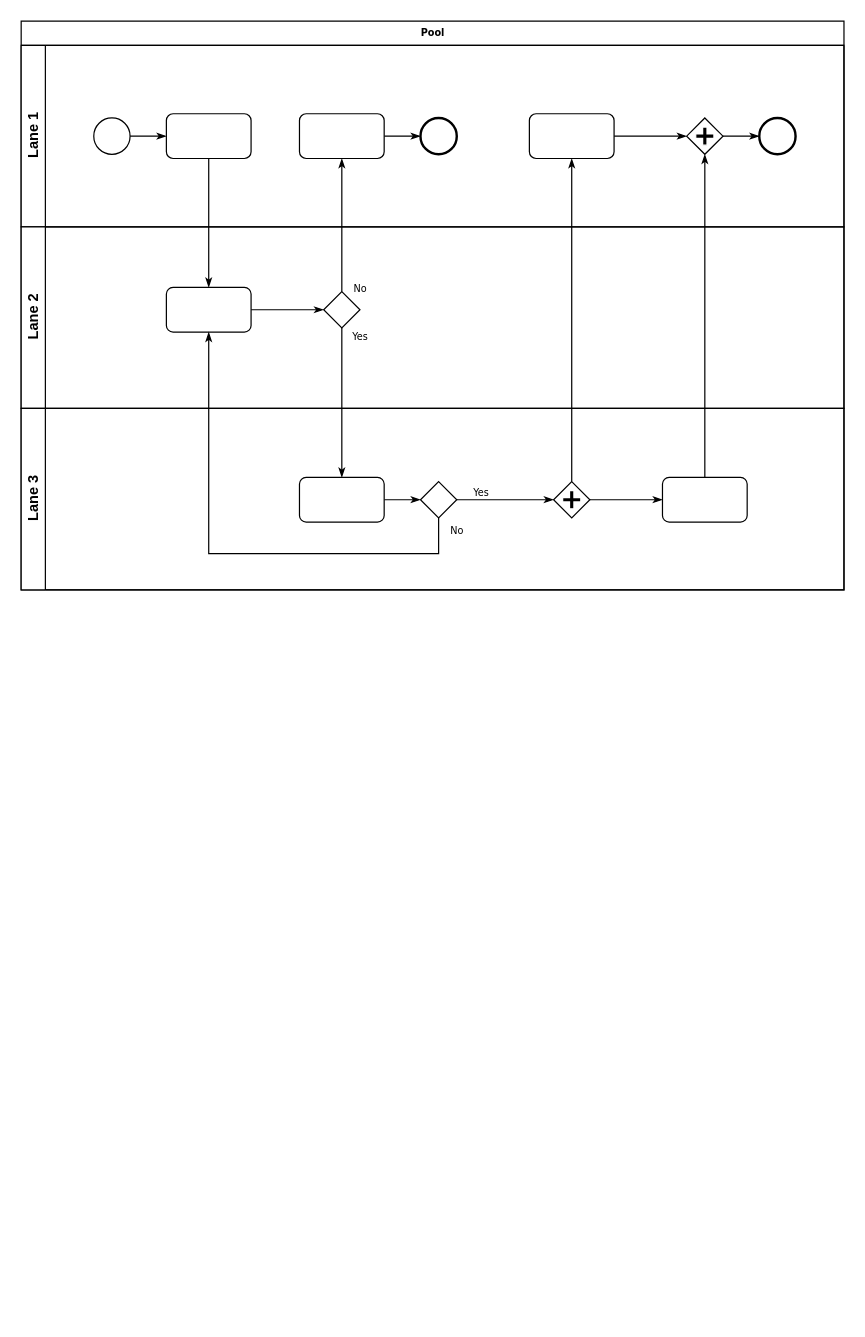
This is Greenary.drawio from MarsX-2002/bpmn, a draw.io file, before an edit. Source tidied: cells renumbered, new cells numbered last; positions are measured from the earlier drawing's top-left corner, leaving out a move shared by most shapes. Both pictures are drawn from the tidied source at 121%, with x=0, y=0 at pixel (21, 21).
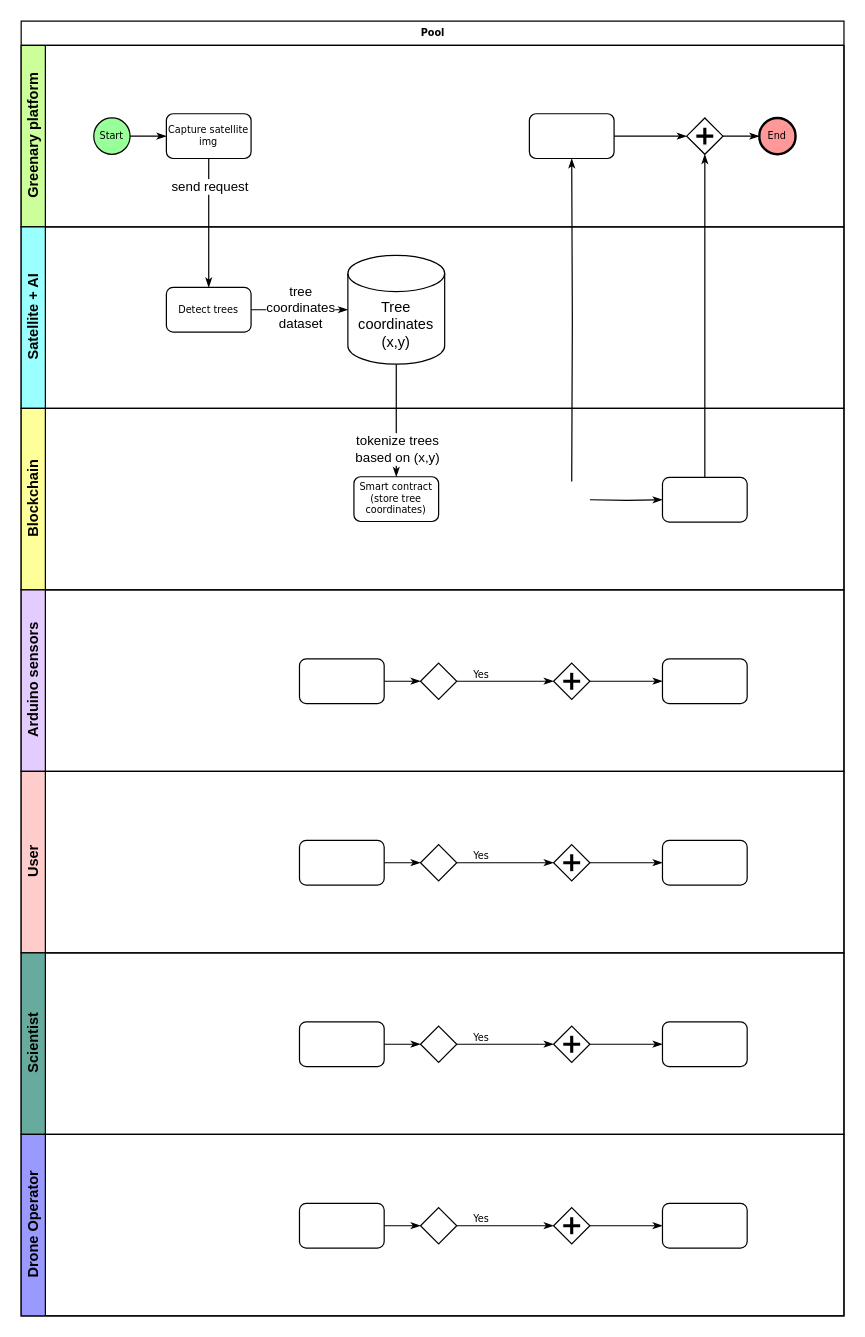
Above is the later version.

Unchanged cells that the change refers to:
```xml
<mxCell id="11" style="rounded=1;whiteSpace=wrap;html=1;shadow=0;labelBackgroundColor=none;strokeWidth=1;fontFamily=Verdana;fontSize=8;align=center;" parent="3" vertex="1">
  <mxGeometry x="420" y="56.5" width="70" height="37" as="geometry" />
</mxCell>
<mxCell id="26" style="rounded=1;whiteSpace=wrap;html=1;shadow=0;labelBackgroundColor=none;strokeWidth=1;fontFamily=Verdana;fontSize=8;align=center;" parent="19" vertex="1">
  <mxGeometry x="530" y="57" width="70" height="37" as="geometry" />
</mxCell>
<mxCell id="27" style="edgeStyle=orthogonalEdgeStyle;rounded=0;html=1;labelBackgroundColor=none;startArrow=none;startFill=0;startSize=5;endArrow=classicThin;endFill=1;endSize=5;jettySize=auto;strokeWidth=1;fontFamily=Verdana;fontSize=8;" parent="2" edge="1" source="6" target="17">
  <mxGeometry relative="1" as="geometry" />
</mxCell>
```

What changed in the source:
```diff
@@
     <mxCell id="2" value="Pool" style="swimlane;html=1;horizontal=1;startSize=20;rounded=0;shadow=0;labelBackgroundColor=none;strokeWidth=1;fontFamily=Verdana;fontSize=8;align=center;" parent="1" vertex="1">
-      <mxGeometry width="680" height="470" as="geometry" />
+      <mxGeometry width="680" height="1070" as="geometry" />
     </mxCell>
-    <mxCell id="3" value="Lane 1" style="swimlane;html=1;startSize=20;horizontal=0;" parent="2" vertex="1">
+    <mxCell id="3" value="Greenary platform" style="swimlane;html=1;startSize=20;horizontal=0;fillColor=#CCFF99;" parent="2" vertex="1">
       <mxGeometry y="20" width="680" height="150" as="geometry" />
     </mxCell>
@@
-    <mxCell id="5" style="ellipse;whiteSpace=wrap;html=1;rounded=0;shadow=0;labelBackgroundColor=none;strokeWidth=1;fontFamily=Verdana;fontSize=8;align=center;" parent="3" vertex="1">
+    <mxCell id="5" value="Start" style="ellipse;whiteSpace=wrap;html=1;rounded=0;shadow=0;labelBackgroundColor=none;strokeWidth=1;fontFamily=Verdana;fontSize=8;align=center;fillColor=#99FF99;" parent="3" vertex="1">
       <mxGeometry x="60" y="60" width="30" height="30" as="geometry" />
     </mxCell>
-    <mxCell id="6" style="rounded=1;whiteSpace=wrap;html=1;shadow=0;labelBackgroundColor=none;strokeWidth=1;fontFamily=Verdana;fontSize=8;align=center;" parent="3" vertex="1">
+    <mxCell id="6" value="Capture satellite img" style="rounded=1;whiteSpace=wrap;html=1;shadow=0;labelBackgroundColor=none;strokeWidth=1;fontFamily=Verdana;fontSize=8;align=center;" parent="3" vertex="1">
       <mxGeometry x="120" y="56.5" width="70" height="37" as="geometry" />
     </mxCell>
-    <mxCell id="7" style="edgeStyle=orthogonalEdgeStyle;rounded=0;html=1;labelBackgroundColor=none;startArrow=none;startFill=0;startSize=5;endArrow=classicThin;endFill=1;endSize=5;jettySize=auto;strokeWidth=1;fontFamily=Verdana;fontSize=8;" parent="3" edge="1" source="8" target="9">
-      <mxGeometry relative="1" as="geometry" />
-    </mxCell>
-    <mxCell id="8" style="rounded=1;whiteSpace=wrap;html=1;shadow=0;labelBackgroundColor=none;strokeWidth=1;fontFamily=Verdana;fontSize=8;align=center;" parent="3" vertex="1">
-      <mxGeometry x="230" y="56.5" width="70" height="37" as="geometry" />
-    </mxCell>
-    <mxCell id="9" style="ellipse;whiteSpace=wrap;html=1;rounded=0;shadow=0;labelBackgroundColor=none;strokeWidth=2;fontFamily=Verdana;fontSize=8;align=center;" parent="3" vertex="1">
-      <mxGeometry x="330" y="60" width="30" height="30" as="geometry" />
-    </mxCell>
@@
-    <mxCell id="14" style="ellipse;whiteSpace=wrap;html=1;rounded=0;shadow=0;labelBackgroundColor=none;strokeWidth=2;fontFamily=Verdana;fontSize=8;align=center;" parent="3" vertex="1">
+    <mxCell id="14" value="End" style="ellipse;whiteSpace=wrap;html=1;rounded=0;shadow=0;labelBackgroundColor=none;strokeWidth=2;fontFamily=Verdana;fontSize=8;align=center;fillColor=#FF9999;" parent="3" vertex="1">
       <mxGeometry x="610" y="60" width="30" height="30" as="geometry" />
     </mxCell>
-    <mxCell id="15" value="Lane 2" style="swimlane;html=1;startSize=20;horizontal=0;" parent="2" vertex="1">
+    <mxCell id="15" value="Satellite + AI" style="swimlane;html=1;startSize=20;horizontal=0;fillColor=#99FFFF;" parent="2" vertex="1">
       <mxGeometry y="170" width="680" height="150" as="geometry" />
     </mxCell>
-    <mxCell id="16" style="edgeStyle=orthogonalEdgeStyle;rounded=0;html=1;labelBackgroundColor=none;startArrow=none;startFill=0;startSize=5;endArrow=classicThin;endFill=1;endSize=5;jettySize=auto;strokeWidth=1;fontFamily=Verdana;fontSize=8;" parent="15" edge="1" source="17" target="18">
+    <mxCell id="16" style="edgeStyle=orthogonalEdgeStyle;rounded=0;html=1;labelBackgroundColor=none;startArrow=none;startFill=0;startSize=5;endArrow=classicThin;endFill=1;endSize=5;jettySize=auto;strokeWidth=1;fontFamily=Verdana;fontSize=8;entryX=0;entryY=0.5;entryDx=0;entryDy=0;entryPerimeter=0;" parent="15" edge="1" source="17" target="34">
       <mxGeometry relative="1" as="geometry" />
     </mxCell>
+    <mxCell id="33" value="tree&lt;div&gt;coordinates&lt;/div&gt;&lt;div&gt;dataset&lt;/div&gt;" style="edgeLabel;html=1;align=center;verticalAlign=middle;" parent="16" vertex="1">
+      <mxGeometry x="-0.01" y="2" relative="1" as="geometry" />
+    </mxCell>
-    <mxCell id="17" style="rounded=1;whiteSpace=wrap;html=1;shadow=0;labelBackgroundColor=none;strokeWidth=1;fontFamily=Verdana;fontSize=8;align=center;" parent="15" vertex="1">
+    <mxCell id="17" value="Detect trees" style="rounded=1;whiteSpace=wrap;html=1;shadow=0;labelBackgroundColor=none;strokeWidth=1;fontFamily=Verdana;fontSize=8;align=center;" parent="15" vertex="1">
       <mxGeometry x="120" y="50" width="70" height="37" as="geometry" />
     </mxCell>
-    <mxCell id="18" style="strokeWidth=1;html=1;shape=mxgraph.flowchart.decision;whiteSpace=wrap;rounded=1;shadow=0;labelBackgroundColor=none;fontFamily=Verdana;fontSize=8;align=center;" parent="15" vertex="1">
-      <mxGeometry x="250" y="53.5" width="30" height="30" as="geometry" />
-    </mxCell>
+    <mxCell id="34" value="Tree&lt;div&gt;coordinates&lt;div&gt;(x,y)&lt;/div&gt;&lt;/div&gt;" style="shape=cylinder3;whiteSpace=wrap;html=1;boundedLbl=1;backgroundOutline=1;size=15;" parent="15" vertex="1">
+      <mxGeometry x="270" y="23.5" width="80" height="90" as="geometry" />
+    </mxCell>
-    <mxCell id="19" value="Lane 3" style="swimlane;html=1;startSize=20;horizontal=0;" parent="2" vertex="1">
+    <mxCell id="19" value="Blockchain" style="swimlane;html=1;startSize=20;horizontal=0;fillColor=#FFFF99;" parent="2" vertex="1">
       <mxGeometry y="320" width="680" height="150" as="geometry" />
     </mxCell>
-    <mxCell id="20" style="edgeStyle=orthogonalEdgeStyle;rounded=0;html=1;labelBackgroundColor=none;startArrow=none;startFill=0;startSize=5;endArrow=classicThin;endFill=1;endSize=5;jettySize=auto;strokeWidth=1;fontFamily=Verdana;fontSize=8;" parent="19" edge="1" source="21" target="23">
-      <mxGeometry relative="1" as="geometry" />
-    </mxCell>
-    <mxCell id="21" style="rounded=1;whiteSpace=wrap;html=1;shadow=0;labelBackgroundColor=none;strokeWidth=1;fontFamily=Verdana;fontSize=8;align=center;" parent="19" vertex="1">
-      <mxGeometry x="230" y="57" width="70" height="37" as="geometry" />
+    <mxCell id="21" value="Smart contract&lt;div&gt;(store tree coordinates)&lt;/div&gt;" style="rounded=1;whiteSpace=wrap;html=1;shadow=0;labelBackgroundColor=none;strokeWidth=1;fontFamily=Verdana;fontSize=8;align=center;" parent="19" vertex="1">
+      <mxGeometry x="275" y="56.5" width="70" height="37" as="geometry" />
     </mxCell>
-    <mxCell id="22" value="Yes" style="edgeStyle=orthogonalEdgeStyle;rounded=0;html=1;entryX=0;entryY=0.5;labelBackgroundColor=none;startArrow=none;startFill=0;startSize=5;endArrow=classicThin;endFill=1;endSize=5;jettySize=auto;strokeWidth=1;fontFamily=Verdana;fontSize=8;" parent="19" edge="1" source="23" target="25">
-      <mxGeometry x="-0.5" y="6" relative="1" as="geometry" />
-    </mxCell>
-    <mxCell id="23" style="strokeWidth=1;html=1;shape=mxgraph.flowchart.decision;whiteSpace=wrap;rounded=1;shadow=0;labelBackgroundColor=none;fontFamily=Verdana;fontSize=8;align=center;" parent="19" vertex="1">
-      <mxGeometry x="330" y="60.5" width="30" height="30" as="geometry" />
-    </mxCell>
-    <mxCell id="24" style="edgeStyle=orthogonalEdgeStyle;rounded=0;html=1;labelBackgroundColor=none;startArrow=none;startFill=0;startSize=5;endArrow=classicThin;endFill=1;endSize=5;jettySize=auto;strokeColor=#000000;strokeWidth=1;fontFamily=Verdana;fontSize=8;fontColor=#000000;" parent="19" edge="1" source="25" target="26">
-      <mxGeometry relative="1" as="geometry" />
+    <mxCell id="24" style="edgeStyle=orthogonalEdgeStyle;rounded=0;html=1;labelBackgroundColor=none;startArrow=none;startFill=0;startSize=5;endArrow=classicThin;endFill=1;endSize=5;jettySize=auto;strokeColor=#000000;strokeWidth=1;fontFamily=Verdana;fontSize=8;fontColor=#000000;" parent="19" edge="1" target="26">
+      <mxGeometry relative="1" as="geometry">
+        <mxPoint x="470" y="75.5" as="sourcePoint" />
+      </mxGeometry>
     </mxCell>
-    <mxCell id="25" style="shape=mxgraph.bpmn.shape;html=1;verticalLabelPosition=bottom;labelBackgroundColor=#ffffff;verticalAlign=top;perimeter=rhombusPerimeter;background=gateway;outline=none;symbol=parallelGw;rounded=1;shadow=0;strokeWidth=1;fontFamily=Verdana;fontSize=8;align=center;" parent="19" vertex="1">
-      <mxGeometry x="440" y="60.5" width="30" height="30" as="geometry" />
-    </mxCell>
@@
-    <mxCell id="28" value="No" style="edgeStyle=orthogonalEdgeStyle;rounded=0;html=1;labelBackgroundColor=none;startArrow=none;startFill=0;startSize=5;endArrow=classicThin;endFill=1;endSize=5;jettySize=auto;strokeWidth=1;fontFamily=Verdana;fontSize=8;" parent="2" edge="1" source="18" target="8">
-      <mxGeometry x="-0.94" y="-15" relative="1" as="geometry" />
-    </mxCell>
-    <mxCell id="29" value="Yes" style="edgeStyle=orthogonalEdgeStyle;rounded=0;html=1;labelBackgroundColor=none;startArrow=none;startFill=0;startSize=5;endArrow=classicThin;endFill=1;endSize=5;jettySize=auto;strokeWidth=1;fontFamily=Verdana;fontSize=8;" parent="2" edge="1" source="18" target="21">
-      <mxGeometry x="-0.89" y="15" relative="1" as="geometry" />
-    </mxCell>
+    <mxCell id="35" value="send request" style="edgeLabel;html=1;align=center;verticalAlign=middle;" parent="27" vertex="1">
+      <mxGeometry x="-0.56" relative="1" as="geometry" />
+    </mxCell>
@@
-    <mxCell id="31" value="No" style="edgeStyle=orthogonalEdgeStyle;rounded=0;html=1;labelBackgroundColor=none;startArrow=none;startFill=0;startSize=5;endArrow=classicThin;endFill=1;endSize=5;jettySize=auto;strokeWidth=1;fontFamily=Verdana;fontSize=8;" parent="2" edge="1" source="23" target="17">
-      <mxGeometry x="-0.95" y="15" relative="1" as="geometry">
-        <Array as="points">
-          <mxPoint x="345" y="440" />
-          <mxPoint x="155" y="440" />
-        </Array>
-      </mxGeometry>
-    </mxCell>
-    <mxCell id="32" style="edgeStyle=orthogonalEdgeStyle;rounded=0;html=1;labelBackgroundColor=none;startArrow=none;startFill=0;startSize=5;endArrow=classicThin;endFill=1;endSize=5;jettySize=auto;strokeWidth=1;fontFamily=Verdana;fontSize=8;" parent="2" edge="1" source="25" target="11">
-      <mxGeometry relative="1" as="geometry" />
+    <mxCell id="32" style="edgeStyle=orthogonalEdgeStyle;rounded=0;html=1;labelBackgroundColor=none;startArrow=none;startFill=0;startSize=5;endArrow=classicThin;endFill=1;endSize=5;jettySize=auto;strokeWidth=1;fontFamily=Verdana;fontSize=8;" parent="2" edge="1" target="11">
+      <mxGeometry relative="1" as="geometry">
+        <mxPoint x="455" y="380.5" as="sourcePoint" />
+      </mxGeometry>
     </mxCell>
+    <mxCell id="36" value="Arduino sensors" style="swimlane;html=1;startSize=20;horizontal=0;fillColor=#E5CCFF;" parent="2" vertex="1">
+      <mxGeometry y="470" width="680" height="150" as="geometry" />
+    </mxCell>
+    <mxCell id="37" style="edgeStyle=orthogonalEdgeStyle;rounded=0;html=1;labelBackgroundColor=none;startArrow=none;startFill=0;startSize=5;endArrow=classicThin;endFill=1;endSize=5;jettySize=auto;strokeWidth=1;fontFamily=Verdana;fontSize=8;" parent="36" edge="1" source="38" target="40">
+      <mxGeometry relative="1" as="geometry" />
+    </mxCell>
+    <mxCell id="38" style="rounded=1;whiteSpace=wrap;html=1;shadow=0;labelBackgroundColor=none;strokeWidth=1;fontFamily=Verdana;fontSize=8;align=center;" parent="36" vertex="1">
+      <mxGeometry x="230" y="57" width="70" height="37" as="geometry" />
+    </mxCell>
+    <mxCell id="39" value="Yes" style="edgeStyle=orthogonalEdgeStyle;rounded=0;html=1;entryX=0;entryY=0.5;labelBackgroundColor=none;startArrow=none;startFill=0;startSize=5;endArrow=classicThin;endFill=1;endSize=5;jettySize=auto;strokeWidth=1;fontFamily=Verdana;fontSize=8;" parent="36" edge="1" source="40" target="42">
+      <mxGeometry x="-0.5" y="6" relative="1" as="geometry" />
+    </mxCell>
+    <mxCell id="40" style="strokeWidth=1;html=1;shape=mxgraph.flowchart.decision;whiteSpace=wrap;rounded=1;shadow=0;labelBackgroundColor=none;fontFamily=Verdana;fontSize=8;align=center;" parent="36" vertex="1">
+      <mxGeometry x="330" y="60.5" width="30" height="30" as="geometry" />
+    </mxCell>
+    <mxCell id="41" style="edgeStyle=orthogonalEdgeStyle;rounded=0;html=1;labelBackgroundColor=none;startArrow=none;startFill=0;startSize=5;endArrow=classicThin;endFill=1;endSize=5;jettySize=auto;strokeColor=#000000;strokeWidth=1;fontFamily=Verdana;fontSize=8;fontColor=#000000;" parent="36" edge="1" source="42" target="43">
+      <mxGeometry relative="1" as="geometry" />
+    </mxCell>
+    <mxCell id="42" style="shape=mxgraph.bpmn.shape;html=1;verticalLabelPosition=bottom;labelBackgroundColor=#ffffff;verticalAlign=top;perimeter=rhombusPerimeter;background=gateway;outline=none;symbol=parallelGw;rounded=1;shadow=0;strokeWidth=1;fontFamily=Verdana;fontSize=8;align=center;" parent="36" vertex="1">
+      <mxGeometry x="440" y="60.5" width="30" height="30" as="geometry" />
+    </mxCell>
+    <mxCell id="43" style="rounded=1;whiteSpace=wrap;html=1;shadow=0;labelBackgroundColor=none;strokeWidth=1;fontFamily=Verdana;fontSize=8;align=center;" parent="36" vertex="1">
+      <mxGeometry x="530" y="57" width="70" height="37" as="geometry" />
+    </mxCell>
+    <mxCell id="44" value="User" style="swimlane;html=1;startSize=20;horizontal=0;fillColor=#FFCCCC;" parent="2" vertex="1">
+      <mxGeometry y="620" width="680" height="150" as="geometry" />
+    </mxCell>
+    <mxCell id="45" style="edgeStyle=orthogonalEdgeStyle;rounded=0;html=1;labelBackgroundColor=none;startArrow=none;startFill=0;startSize=5;endArrow=classicThin;endFill=1;endSize=5;jettySize=auto;strokeWidth=1;fontFamily=Verdana;fontSize=8;" parent="44" edge="1" source="46" target="48">
+      <mxGeometry relative="1" as="geometry" />
+    </mxCell>
+    <mxCell id="46" style="rounded=1;whiteSpace=wrap;html=1;shadow=0;labelBackgroundColor=none;strokeWidth=1;fontFamily=Verdana;fontSize=8;align=center;" parent="44" vertex="1">
+      <mxGeometry x="230" y="57" width="70" height="37" as="geometry" />
+    </mxCell>
+    <mxCell id="47" value="Yes" style="edgeStyle=orthogonalEdgeStyle;rounded=0;html=1;entryX=0;entryY=0.5;labelBackgroundColor=none;startArrow=none;startFill=0;startSize=5;endArrow=classicThin;endFill=1;endSize=5;jettySize=auto;strokeWidth=1;fontFamily=Verdana;fontSize=8;" parent="44" edge="1" source="48" target="50">
+      <mxGeometry x="-0.5" y="6" relative="1" as="geometry" />
+    </mxCell>
+    <mxCell id="48" style="strokeWidth=1;html=1;shape=mxgraph.flowchart.decision;whiteSpace=wrap;rounded=1;shadow=0;labelBackgroundColor=none;fontFamily=Verdana;fontSize=8;align=center;" parent="44" vertex="1">
+      <mxGeometry x="330" y="60.5" width="30" height="30" as="geometry" />
+    </mxCell>
+    <mxCell id="49" style="edgeStyle=orthogonalEdgeStyle;rounded=0;html=1;labelBackgroundColor=none;startArrow=none;startFill=0;startSize=5;endArrow=classicThin;endFill=1;endSize=5;jettySize=auto;strokeColor=#000000;strokeWidth=1;fontFamily=Verdana;fontSize=8;fontColor=#000000;" parent="44" edge="1" source="50" target="51">
+      <mxGeometry relative="1" as="geometry" />
+    </mxCell>
+    <mxCell id="50" style="shape=mxgraph.bpmn.shape;html=1;verticalLabelPosition=bottom;labelBackgroundColor=#ffffff;verticalAlign=top;perimeter=rhombusPerimeter;background=gateway;outline=none;symbol=parallelGw;rounded=1;shadow=0;strokeWidth=1;fontFamily=Verdana;fontSize=8;align=center;" parent="44" vertex="1">
+      <mxGeometry x="440" y="60.5" width="30" height="30" as="geometry" />
+    </mxCell>
+    <mxCell id="51" style="rounded=1;whiteSpace=wrap;html=1;shadow=0;labelBackgroundColor=none;strokeWidth=1;fontFamily=Verdana;fontSize=8;align=center;" parent="44" vertex="1">
+      <mxGeometry x="530" y="57" width="70" height="37" as="geometry" />
+    </mxCell>
+    <mxCell id="52" value="Scientist" style="swimlane;html=1;startSize=20;horizontal=0;fillColor=#67AB9F;" parent="2" vertex="1">
+      <mxGeometry y="770" width="680" height="150" as="geometry" />
+    </mxCell>
+    <mxCell id="53" style="edgeStyle=orthogonalEdgeStyle;rounded=0;html=1;labelBackgroundColor=none;startArrow=none;startFill=0;startSize=5;endArrow=classicThin;endFill=1;endSize=5;jettySize=auto;strokeWidth=1;fontFamily=Verdana;fontSize=8;" parent="52" edge="1" source="54" target="56">
+      <mxGeometry relative="1" as="geometry" />
+    </mxCell>
+    <mxCell id="54" style="rounded=1;whiteSpace=wrap;html=1;shadow=0;labelBackgroundColor=none;strokeWidth=1;fontFamily=Verdana;fontSize=8;align=center;" parent="52" vertex="1">
+      <mxGeometry x="230" y="57" width="70" height="37" as="geometry" />
+    </mxCell>
+    <mxCell id="55" value="Yes" style="edgeStyle=orthogonalEdgeStyle;rounded=0;html=1;entryX=0;entryY=0.5;labelBackgroundColor=none;startArrow=none;startFill=0;startSize=5;endArrow=classicThin;endFill=1;endSize=5;jettySize=auto;strokeWidth=1;fontFamily=Verdana;fontSize=8;" parent="52" edge="1" source="56" target="58">
+      <mxGeometry x="-0.5" y="6" relative="1" as="geometry" />
+    </mxCell>
+    <mxCell id="56" style="strokeWidth=1;html=1;shape=mxgraph.flowchart.decision;whiteSpace=wrap;rounded=1;shadow=0;labelBackgroundColor=none;fontFamily=Verdana;fontSize=8;align=center;" parent="52" vertex="1">
+      <mxGeometry x="330" y="60.5" width="30" height="30" as="geometry" />
+    </mxCell>
+    <mxCell id="57" style="edgeStyle=orthogonalEdgeStyle;rounded=0;html=1;labelBackgroundColor=none;startArrow=none;startFill=0;startSize=5;endArrow=classicThin;endFill=1;endSize=5;jettySize=auto;strokeColor=#000000;strokeWidth=1;fontFamily=Verdana;fontSize=8;fontColor=#000000;" parent="52" edge="1" source="58" target="59">
+      <mxGeometry relative="1" as="geometry" />
+    </mxCell>
+    <mxCell id="58" style="shape=mxgraph.bpmn.shape;html=1;verticalLabelPosition=bottom;labelBackgroundColor=#ffffff;verticalAlign=top;perimeter=rhombusPerimeter;background=gateway;outline=none;symbol=parallelGw;rounded=1;shadow=0;strokeWidth=1;fontFamily=Verdana;fontSize=8;align=center;" parent="52" vertex="1">
+      <mxGeometry x="440" y="60.5" width="30" height="30" as="geometry" />
+    </mxCell>
+    <mxCell id="59" style="rounded=1;whiteSpace=wrap;html=1;shadow=0;labelBackgroundColor=none;strokeWidth=1;fontFamily=Verdana;fontSize=8;align=center;" parent="52" vertex="1">
+      <mxGeometry x="530" y="57" width="70" height="37" as="geometry" />
+    </mxCell>
+    <mxCell id="60" value="Drone Operator" style="swimlane;html=1;startSize=20;horizontal=0;fillColor=#9999FF;" parent="2" vertex="1">
+      <mxGeometry y="920" width="680" height="150" as="geometry" />
+    </mxCell>
+    <mxCell id="61" style="edgeStyle=orthogonalEdgeStyle;rounded=0;html=1;labelBackgroundColor=none;startArrow=none;startFill=0;startSize=5;endArrow=classicThin;endFill=1;endSize=5;jettySize=auto;strokeWidth=1;fontFamily=Verdana;fontSize=8;" parent="60" edge="1" source="62" target="64">
+      <mxGeometry relative="1" as="geometry" />
+    </mxCell>
+    <mxCell id="62" style="rounded=1;whiteSpace=wrap;html=1;shadow=0;labelBackgroundColor=none;strokeWidth=1;fontFamily=Verdana;fontSize=8;align=center;" parent="60" vertex="1">
+      <mxGeometry x="230" y="57" width="70" height="37" as="geometry" />
+    </mxCell>
+    <mxCell id="63" value="Yes" style="edgeStyle=orthogonalEdgeStyle;rounded=0;html=1;entryX=0;entryY=0.5;labelBackgroundColor=none;startArrow=none;startFill=0;startSize=5;endArrow=classicThin;endFill=1;endSize=5;jettySize=auto;strokeWidth=1;fontFamily=Verdana;fontSize=8;" parent="60" edge="1" source="64" target="66">
+      <mxGeometry x="-0.5" y="6" relative="1" as="geometry" />
+    </mxCell>
+    <mxCell id="64" style="strokeWidth=1;html=1;shape=mxgraph.flowchart.decision;whiteSpace=wrap;rounded=1;shadow=0;labelBackgroundColor=none;fontFamily=Verdana;fontSize=8;align=center;" parent="60" vertex="1">
+      <mxGeometry x="330" y="60.5" width="30" height="30" as="geometry" />
+    </mxCell>
+    <mxCell id="65" style="edgeStyle=orthogonalEdgeStyle;rounded=0;html=1;labelBackgroundColor=none;startArrow=none;startFill=0;startSize=5;endArrow=classicThin;endFill=1;endSize=5;jettySize=auto;strokeColor=#000000;strokeWidth=1;fontFamily=Verdana;fontSize=8;fontColor=#000000;" parent="60" edge="1" source="66" target="67">
+      <mxGeometry relative="1" as="geometry" />
+    </mxCell>
+    <mxCell id="66" style="shape=mxgraph.bpmn.shape;html=1;verticalLabelPosition=bottom;labelBackgroundColor=#ffffff;verticalAlign=top;perimeter=rhombusPerimeter;background=gateway;outline=none;symbol=parallelGw;rounded=1;shadow=0;strokeWidth=1;fontFamily=Verdana;fontSize=8;align=center;" parent="60" vertex="1">
+      <mxGeometry x="440" y="60.5" width="30" height="30" as="geometry" />
+    </mxCell>
+    <mxCell id="67" style="rounded=1;whiteSpace=wrap;html=1;shadow=0;labelBackgroundColor=none;strokeWidth=1;fontFamily=Verdana;fontSize=8;align=center;" parent="60" vertex="1">
+      <mxGeometry x="530" y="57" width="70" height="37" as="geometry" />
+    </mxCell>
+    <mxCell id="68" style="edgeStyle=orthogonalEdgeStyle;rounded=0;html=1;labelBackgroundColor=none;startArrow=none;startFill=0;startSize=5;endArrow=classicThin;endFill=1;endSize=5;jettySize=auto;strokeWidth=1;fontFamily=Verdana;fontSize=8;entryX=0.5;entryY=0;entryDx=0;entryDy=0;exitX=0.5;exitY=1;exitDx=0;exitDy=0;exitPerimeter=0;" parent="2" edge="1" source="34" target="21">
+      <mxGeometry relative="1" as="geometry" />
+    </mxCell>
+    <mxCell id="69" value="tokenize trees&lt;div&gt;based on (x,y)&lt;/div&gt;" style="edgeLabel;html=1;align=center;verticalAlign=middle;" parent="68" vertex="1">
+      <mxGeometry x="0.5" relative="1" as="geometry" />
+    </mxCell>
```
